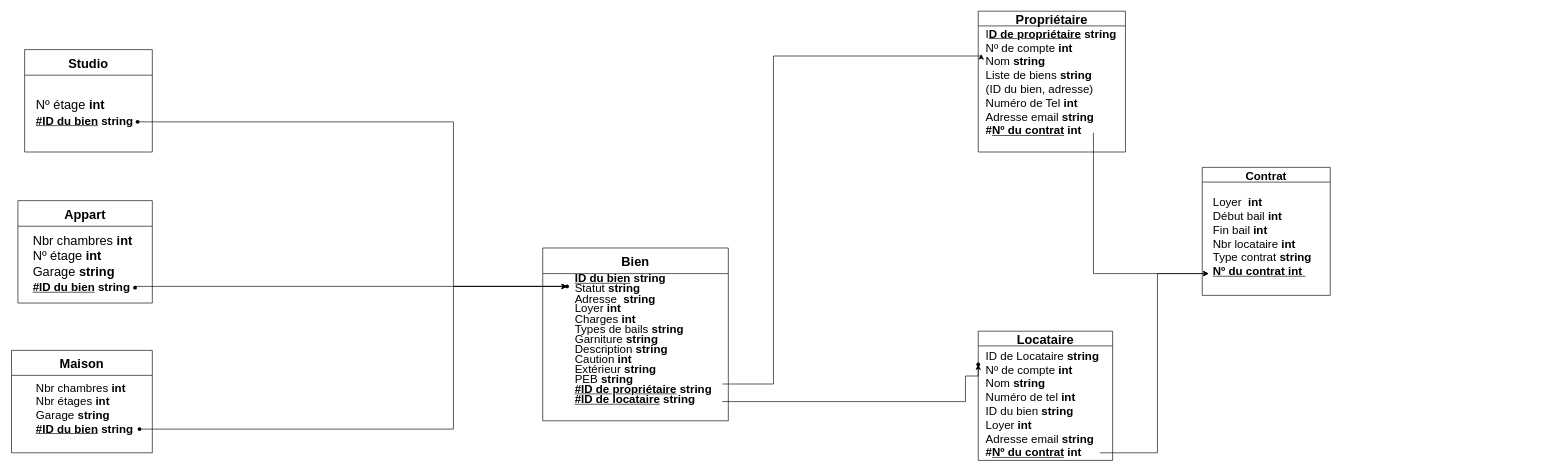
This is page "Schéma relationnel" (3 of 20) of Ko-loc (1).drawio from Julienthum/Co-Lock, a draw.io file, before an edit. Source tidied: cells renumbered, new cells numbered last; positions are measured from the earlier drawing's top-left corner, leaving out a move shared by most shapes. Both pictures are drawn from the tidied source at 64%, with x=0, y=0 at pixel (12, 11).
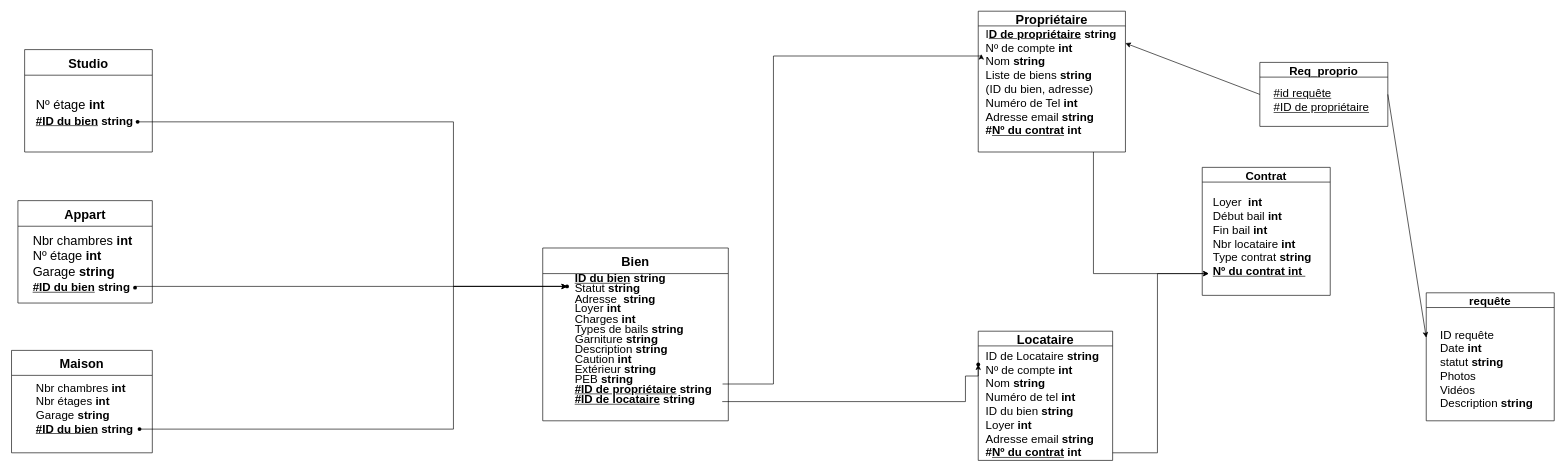
Above is the later version.

The change refers to these unchanged cells:
```xml
<mxCell id="6" value="&lt;p class=&quot;MsoListParagraphCxSpFirst&quot; style=&quot;margin: 0cm 0cm 0cm 36pt ; line-height: 15.6933px ; font-size: 11pt ; font-family: &amp;#34;calibri&amp;#34; , sans-serif ; text-indent: -18pt&quot;&gt;&lt;/p&gt;&lt;p class=&quot;MsoListParagraphCxSpFirst&quot; style=&quot;margin: 0cm 0cm 0cm 36pt ; line-height: 15.6933px ; font-size: 11pt ; font-family: &amp;#34;calibri&amp;#34; , sans-serif ; text-indent: -18pt ; display: inline&quot;&gt;&lt;/p&gt;&lt;div style=&quot;font-size: 18px&quot;&gt;&lt;span style=&quot;text-indent: -18pt&quot;&gt;&lt;font style=&quot;font-size: 18px&quot;&gt;I&lt;b&gt;&lt;u&gt;D de propriétaire&lt;/u&gt;&lt;/b&gt; &lt;b&gt;string&lt;/b&gt;&lt;/font&gt;&lt;/span&gt;&lt;/div&gt;&lt;div style=&quot;font-size: 18px&quot;&gt;Nº de compte &lt;b&gt;int&lt;/b&gt;&lt;/div&gt;&lt;div style=&quot;font-size: 18px&quot;&gt;&lt;span style=&quot;font-family: &amp;#34;calibri&amp;#34; , sans-serif ; text-indent: -18pt&quot;&gt;Nom &lt;b&gt;string&amp;nbsp;&lt;/b&gt;&lt;/span&gt;&lt;/div&gt;&lt;div style=&quot;font-size: 18px&quot;&gt;&lt;span style=&quot;font-family: &amp;#34;calibri&amp;#34; , sans-serif ; text-indent: -18pt&quot;&gt;Liste de biens &lt;b&gt;string&lt;/b&gt;&lt;/span&gt;&lt;/div&gt;&lt;div style=&quot;font-size: 18px&quot;&gt;&lt;span style=&quot;font-family: &amp;#34;calibri&amp;#34; , sans-serif ; text-indent: -18pt&quot;&gt;(ID du bien, adresse)&lt;/span&gt;&lt;/div&gt;&lt;div style=&quot;font-size: 18px&quot;&gt;&lt;span style=&quot;font-family: &amp;#34;calibri&amp;#34; , sans-serif ; text-indent: -18pt&quot;&gt;Numéro de Tel &lt;b&gt;int&lt;/b&gt;&lt;/span&gt;&lt;/div&gt;&lt;div style=&quot;font-size: 18px&quot;&gt;&lt;span style=&quot;font-family: &amp;#34;calibri&amp;#34; , sans-serif ; text-indent: -24px&quot;&gt;Adresse email&amp;nbsp;&lt;/span&gt;&lt;b style=&quot;font-family: &amp;#34;calibri&amp;#34; , sans-serif ; text-indent: -24px&quot;&gt;string&lt;/b&gt;&lt;span style=&quot;font-family: &amp;#34;calibri&amp;#34; , sans-serif ; text-indent: -18pt&quot;&gt;&lt;b&gt;&lt;br&gt;&lt;/b&gt;&lt;/span&gt;&lt;/div&gt;&lt;div style=&quot;font-size: 18px&quot;&gt;&lt;b style=&quot;font-family: &amp;#34;calibri&amp;#34; , sans-serif ; text-indent: -24px&quot;&gt;#&lt;u&gt;Nº du contrat&lt;/u&gt; int&lt;/b&gt;&lt;/div&gt;&lt;div style=&quot;text-indent: -24px ; font-size: 18px&quot;&gt;&lt;br&gt;&lt;/div&gt;" style="text;html=1;strokeColor=none;fillColor=none;align=left;verticalAlign=middle;whiteSpace=wrap;rounded=0;" parent="5" vertex="1">
  <mxGeometry x="10" y="50" width="220" height="130" as="geometry" />
</mxCell>
```

The edit, as a diff of the source:
```diff
@@
     <mxCell id="26" style="endArrow=classic;html=1;rounded=0;" parent="1" edge="1">
       <mxGeometry relative="1" as="geometry">
-        <mxPoint x="1700" y="690" as="sourcePoint" />
+        <mxPoint x="1720" y="690" as="sourcePoint" />
         <mxPoint x="1870" y="410" as="targetPoint" />
         <Array as="points">
           <mxPoint x="1790" y="690" />
           <mxPoint x="1790" y="410" />
         </Array>
       </mxGeometry>
     </mxCell>
     <mxCell id="27" style="endArrow=classic;html=1;rounded=0;" parent="1" edge="1">
       <mxGeometry relative="1" as="geometry">
-        <mxPoint x="1690" y="190" as="sourcePoint" />
+        <mxPoint x="1690" y="220" as="sourcePoint" />
         <mxPoint x="1870" y="410" as="targetPoint" />
         <Array as="points">
           <mxPoint x="1690" y="410" />
         </Array>
       </mxGeometry>
     </mxCell>
+    <mxCell id="28" value="requête" style="swimlane;fontSize=18;align=center;" parent="1" vertex="1">
+      <mxGeometry x="2210" y="440" width="200" height="200" as="geometry" />
+    </mxCell>
+    <mxCell id="29" value="&lt;font style=&quot;font-size: 18px&quot;&gt;&lt;span&gt;&lt;br&gt;ID requête&lt;br&gt;Date&amp;nbsp;&lt;/span&gt;&lt;b&gt;int&lt;br&gt;&lt;/b&gt;&lt;span&gt;statut&amp;nbsp;&lt;/span&gt;&lt;b&gt;string&lt;/b&gt;&lt;br&gt;&lt;span&gt;Photos&lt;/span&gt;&lt;br&gt;&lt;span&gt;Vidéos&lt;/span&gt;&lt;br&gt;&lt;span&gt;Description&amp;nbsp;&lt;/span&gt;&lt;b&gt;string&lt;/b&gt;&lt;br&gt;&lt;/font&gt;" style="text;html=1;align=left;verticalAlign=middle;strokeColor=none;fillColor=none;" parent="28" vertex="1">
+      <mxGeometry x="20" y="49" width="160" height="120" as="geometry" />
+    </mxCell>
+    <mxCell id="30" value="Req_proprio" style="swimlane;fontSize=18;align=center;" parent="1" vertex="1">
+      <mxGeometry x="1950" y="80" width="200" height="100" as="geometry" />
+    </mxCell>
+    <mxCell id="31" value="&lt;font style=&quot;font-size: 18px&quot;&gt;&lt;u&gt;#id requête&lt;br&gt;#ID de propriétaire&lt;/u&gt;&lt;br&gt;&lt;/font&gt;" style="text;html=1;align=left;verticalAlign=middle;strokeColor=none;fillColor=none;" parent="30" vertex="1">
+      <mxGeometry x="20" y="40" width="160" height="40" as="geometry" />
+    </mxCell>
+    <mxCell id="32" style="endArrow=classic;html=1;rounded=0;fontSize=24;exitX=1;exitY=0.5;exitDx=0;exitDy=0;" parent="1" edge="1" source="30">
+      <mxGeometry relative="1" as="geometry">
+        <mxPoint x="2210" y="510" as="targetPoint" />
+      </mxGeometry>
+    </mxCell>
+    <mxCell id="33" style="endArrow=classic;html=1;rounded=0;fontSize=24;exitX=0;exitY=0.5;exitDx=0;exitDy=0;entryX=1;entryY=0;entryDx=0;entryDy=0;" parent="1" edge="1" source="30" target="6">
+      <mxGeometry relative="1" as="geometry" />
+    </mxCell>
```
